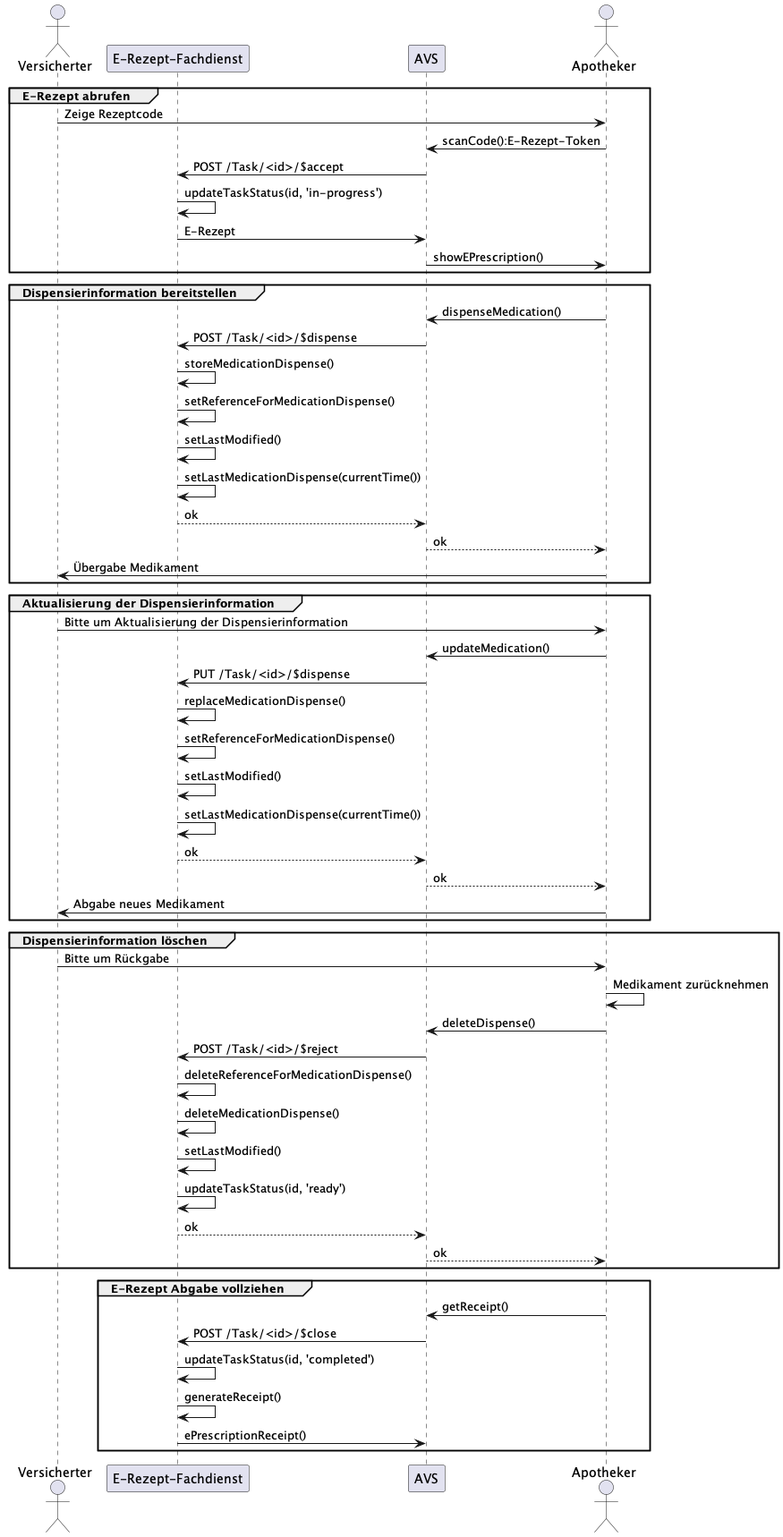
This is images/puml_fdv_zustaende_sequenz.png from gematik/api-erp, a PlantUML export, as it was before one commit.
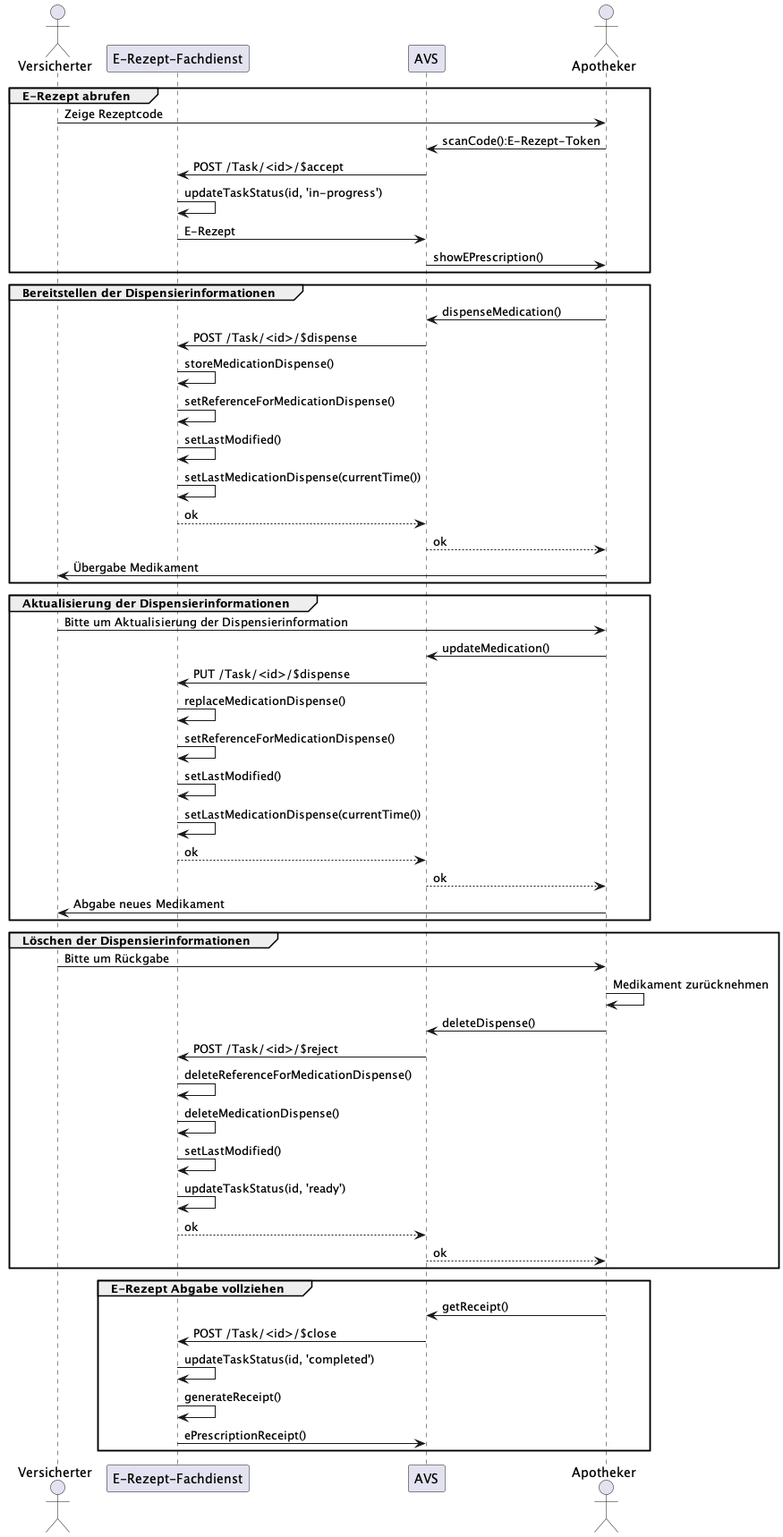
The same file after the commit.

Commit message:
Improve wording of use cases

The edit, as a diff of the source:
```diff
@@ -14,7 +14,7 @@
 AVS -> Apotheker: showEPrescription()
 end
 
-group Dispensierinformation bereitstellen
+group Bereitstellen der Dispensierinformationen
 Apotheker -> AVS: dispenseMedication()
 AVS -> FD: POST /Task/<id>/$dispense
 FD -> FD: storeMedicationDispense()
@@ -26,7 +26,7 @@
 Apotheker -> Versicherter: Übergabe Medikament
 end
 
-group Aktualisierung der Dispensierinformation
+group Aktualisierung der Dispensierinformationen
 Versicherter -> Apotheker: Bitte um Aktualisierung der Dispensierinformation
 Apotheker -> AVS: updateMedication()
 AVS -> FD: PUT /Task/<id>/$dispense
@@ -39,7 +39,7 @@
 Apotheker -> Versicherter: Abgabe neues Medikament
 end
 
-group Dispensierinformation löschen
+group Löschen der Dispensierinformationen
 Versicherter -> Apotheker: Bitte um Rückgabe
 Apotheker -> Apotheker: Medikament zurücknehmen
 Apotheker -> AVS: deleteDispense()
```
